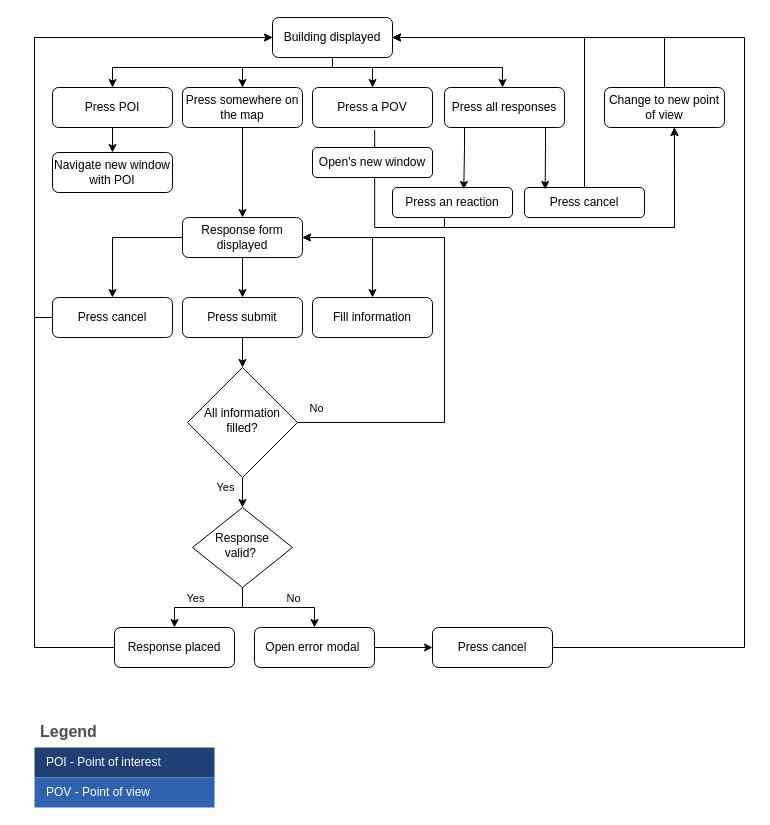
semnijenhuis/3D-ArcGisProject keeps this draw.io diagram as Concept/ActivityDiagram-enduser.drawio. Above is the earlier version. Source tidied: cells renumbered, new cells numbered last; positions are measured from the earlier drawing's top-left corner, leaving out a move shared by most shapes. Both pictures are drawn from the tidied source at 100%, with x=0, y=0 at pixel (34, 17).
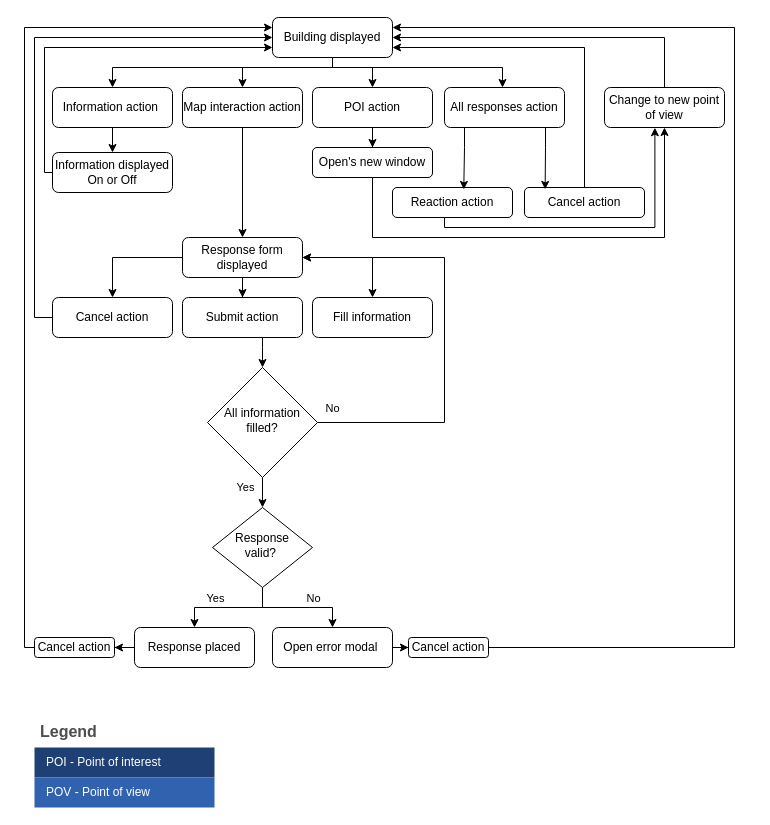
The same diagram, later.

Unchanged cells that the change refers to:
```xml
<mxCell id="37" value="Building displayed" style="rounded=1;whiteSpace=wrap;html=1;fontSize=12;glass=0;strokeWidth=1;shadow=0;" parent="1" vertex="1">
  <mxGeometry x="238" width="120" height="40" as="geometry" />
</mxCell>
<mxCell id="42" value="Change to new point of view" style="rounded=1;whiteSpace=wrap;html=1;fontSize=12;glass=0;strokeWidth=1;shadow=0;" parent="1" vertex="1">
  <mxGeometry x="570" y="70" width="120" height="40" as="geometry" />
</mxCell>
<mxCell id="53" value="Open's new window" style="rounded=1;whiteSpace=wrap;html=1;fontSize=12;glass=0;strokeWidth=1;shadow=0;" parent="1" vertex="1">
  <mxGeometry x="278" y="130" width="120" height="30" as="geometry" />
</mxCell>
```

Diff of the diagram source:
```diff
@@
-    <mxCell id="3" value="Press POI" style="rounded=1;whiteSpace=wrap;html=1;fontSize=12;glass=0;strokeWidth=1;shadow=0;" parent="1" vertex="1">
+    <mxCell id="3" value="Information action&amp;nbsp;" style="rounded=1;whiteSpace=wrap;html=1;fontSize=12;glass=0;strokeWidth=1;shadow=0;" parent="1" vertex="1">
       <mxGeometry x="18" y="70" width="120" height="40" as="geometry" />
     </mxCell>
-    <mxCell id="4" style="edgeStyle=orthogonalEdgeStyle;rounded=0;jettySize=auto;html=1;entryX=0;entryY=0.5;entryDx=0;entryDy=0;exitX=0;exitY=0.5;exitDx=0;exitDy=0;" parent="1" edge="1" source="5" target="37">
-      <mxGeometry relative="1" as="geometry">
-        <Array as="points">
-          <mxPoint y="630" />
-          <mxPoint y="20" />
-        </Array>
-      </mxGeometry>
-    </mxCell>
+    <mxCell id="54" style="edgeStyle=orthogonalEdgeStyle;rounded=0;jettySize=auto;html=1;entryX=1;entryY=0.5;entryDx=0;entryDy=0;" parent="1" edge="1" source="5" target="60">
+      <mxGeometry relative="1" as="geometry" />
+    </mxCell>
     <mxCell id="5" value="Response placed" style="rounded=1;whiteSpace=wrap;html=1;fontSize=12;glass=0;strokeWidth=1;shadow=0;" parent="1" vertex="1">
-      <mxGeometry x="80" y="610" width="120" height="40" as="geometry" />
+      <mxGeometry x="100" y="610" width="120" height="40" as="geometry" />
     </mxCell>
@@
     <mxCell id="10" value="Response valid?&amp;nbsp;" style="rhombus;whiteSpace=wrap;html=1;shadow=0;fontFamily=Helvetica;fontSize=12;align=center;strokeWidth=1;spacing=6;spacingTop=-4;" parent="1" vertex="1">
-      <mxGeometry x="158" y="490" width="100" height="80" as="geometry" />
+      <mxGeometry x="178" y="490" width="100" height="80" as="geometry" />
     </mxCell>
-    <mxCell id="11" style="edgeStyle=orthogonalEdgeStyle;rounded=0;jettySize=auto;html=1;" parent="1" edge="1" source="12" target="28">
-      <mxGeometry relative="1" as="geometry" />
-    </mxCell>
+    <mxCell id="55" style="edgeStyle=orthogonalEdgeStyle;rounded=0;jettySize=auto;html=1;entryX=0;entryY=0.5;entryDx=0;entryDy=0;" parent="1" edge="1" source="12" target="62">
+      <mxGeometry relative="1" as="geometry" />
+    </mxCell>
     <mxCell id="12" value="Open error modal&amp;nbsp;" style="rounded=1;whiteSpace=wrap;html=1;fontSize=12;glass=0;strokeWidth=1;shadow=0;" parent="1" vertex="1">
-      <mxGeometry x="220" y="610" width="120" height="40" as="geometry" />
+      <mxGeometry x="238" y="610" width="120" height="40" as="geometry" />
     </mxCell>
@@
     <mxCell id="16" value="Response form displayed" style="rounded=1;whiteSpace=wrap;html=1;fontSize=12;glass=0;strokeWidth=1;shadow=0;" parent="1" vertex="1">
-      <mxGeometry x="148" y="200" width="120" height="40" as="geometry" />
+      <mxGeometry x="148" y="220" width="120" height="40" as="geometry" />
     </mxCell>
@@
-    <mxCell id="18" value="Press cancel" style="rounded=1;whiteSpace=wrap;html=1;fontSize=12;glass=0;strokeWidth=1;shadow=0;" parent="1" vertex="1">
+    <mxCell id="18" value="Cancel action" style="rounded=1;whiteSpace=wrap;html=1;fontSize=12;glass=0;strokeWidth=1;shadow=0;" parent="1" vertex="1">
       <mxGeometry x="18" y="280" width="120" height="40" as="geometry" />
     </mxCell>
@@
     <mxCell id="20" style="edgeStyle=orthogonalEdgeStyle;rounded=0;jettySize=auto;html=1;entryX=0.5;entryY=0;entryDx=0;entryDy=0;" parent="1" edge="1" source="21" target="26">
-      <mxGeometry relative="1" as="geometry" />
+      <mxGeometry relative="1" as="geometry">
+        <Array as="points">
+          <mxPoint x="228" y="330" />
+          <mxPoint x="228" y="330" />
+        </Array>
+      </mxGeometry>
     </mxCell>
-    <mxCell id="21" value="Press submit" style="rounded=1;whiteSpace=wrap;html=1;fontSize=12;glass=0;strokeWidth=1;shadow=0;" parent="1" vertex="1">
+    <mxCell id="21" value="Submit action" style="rounded=1;whiteSpace=wrap;html=1;fontSize=12;glass=0;strokeWidth=1;shadow=0;" parent="1" vertex="1">
       <mxGeometry x="148" y="280" width="120" height="40" as="geometry" />
     </mxCell>
@@
     <mxCell id="24" style="edgeStyle=orthogonalEdgeStyle;rounded=0;jettySize=auto;html=1;entryX=1;entryY=0.5;entryDx=0;entryDy=0;exitX=1;exitY=0.5;exitDx=0;exitDy=0;" parent="1" edge="1" source="26" target="16">
       <mxGeometry relative="1" as="geometry">
         <Array as="points">
           <mxPoint x="410" y="405" />
-          <mxPoint x="410" y="220" />
+          <mxPoint x="410" y="240" />
         </Array>
       </mxGeometry>
     </mxCell>
@@
     <mxCell id="26" value="All information filled?" style="rhombus;whiteSpace=wrap;html=1;shadow=0;fontFamily=Helvetica;fontSize=12;align=center;strokeWidth=1;spacing=6;spacingTop=-4;" parent="1" vertex="1">
-      <mxGeometry x="153" y="350" width="110" height="110" as="geometry" />
+      <mxGeometry x="173" y="350" width="110" height="110" as="geometry" />
     </mxCell>
-    <mxCell id="27" style="edgeStyle=orthogonalEdgeStyle;rounded=0;jettySize=auto;html=1;entryX=1;entryY=0.5;entryDx=0;entryDy=0;" parent="1" edge="1" source="28" target="37">
-      <mxGeometry relative="1" as="geometry">
-        <Array as="points">
-          <mxPoint x="710" y="630" />
-          <mxPoint x="710" y="20" />
-        </Array>
-      </mxGeometry>
-    </mxCell>
-    <mxCell id="28" value="Press cancel" style="rounded=1;whiteSpace=wrap;html=1;fontSize=12;glass=0;strokeWidth=1;shadow=0;" parent="1" vertex="1">
-      <mxGeometry x="398" y="610" width="120" height="40" as="geometry" />
-    </mxCell>
@@
-    <mxCell id="30" value="Press somewhere on the map" style="rounded=1;whiteSpace=wrap;html=1;fontSize=12;glass=0;strokeWidth=1;shadow=0;" parent="1" vertex="1">
+    <mxCell id="30" value="Map interaction action" style="rounded=1;whiteSpace=wrap;html=1;fontSize=12;glass=0;strokeWidth=1;shadow=0;" parent="1" vertex="1">
       <mxGeometry x="148" y="70" width="120" height="40" as="geometry" />
     </mxCell>
-    <mxCell id="31" style="edgeStyle=orthogonalEdgeStyle;rounded=0;jettySize=auto;html=1;entryX=0.583;entryY=1;entryDx=0;entryDy=0;exitX=0.518;exitY=1.07;exitDx=0;exitDy=0;exitPerimeter=0;entryPerimeter=0;" parent="1" edge="1" source="32" target="42">
-      <mxGeometry relative="1" as="geometry">
-        <Array as="points">
-          <mxPoint x="340" y="210" />
-          <mxPoint x="640" y="210" />
-        </Array>
-      </mxGeometry>
-    </mxCell>
+    <mxCell id="56" style="edgeStyle=orthogonalEdgeStyle;rounded=0;jettySize=auto;html=1;entryX=0.5;entryY=0;entryDx=0;entryDy=0;" parent="1" edge="1" source="32" target="53">
+      <mxGeometry relative="1" as="geometry" />
+    </mxCell>
-    <mxCell id="32" value="Press a POV" style="rounded=1;whiteSpace=wrap;html=1;fontSize=12;glass=0;strokeWidth=1;shadow=0;" parent="1" vertex="1">
+    <mxCell id="32" value="POI action" style="rounded=1;whiteSpace=wrap;html=1;fontSize=12;glass=0;strokeWidth=1;shadow=0;" parent="1" vertex="1">
       <mxGeometry x="278" y="70" width="120" height="40" as="geometry" />
     </mxCell>
@@
-    <mxCell id="38" value="Press all responses" style="rounded=1;whiteSpace=wrap;html=1;fontSize=12;glass=0;strokeWidth=1;shadow=0;" parent="1" vertex="1">
+    <mxCell id="38" value="All responses action" style="rounded=1;whiteSpace=wrap;html=1;fontSize=12;glass=0;strokeWidth=1;shadow=0;" parent="1" vertex="1">
       <mxGeometry x="410" y="70" width="120" height="40" as="geometry" />
     </mxCell>
-    <mxCell id="39" style="edgeStyle=orthogonalEdgeStyle;rounded=0;orthogonalLoop=1;jettySize=auto;html=1;" parent="1" edge="1">
+    <mxCell id="39" style="edgeStyle=orthogonalEdgeStyle;rounded=0;jettySize=auto;html=1;entryX=0.42;entryY=1.005;entryDx=0;entryDy=0;entryPerimeter=0;" parent="1" edge="1" target="42">
       <mxGeometry relative="1" as="geometry">
         <mxPoint x="410" y="200" as="sourcePoint" />
-        <mxPoint x="640" y="110" as="targetPoint" />
         <Array as="points">
           <mxPoint x="410" y="210" />
-          <mxPoint x="640" y="210" />
+          <mxPoint x="620" y="210" />
+          <mxPoint x="620" y="110" />
         </Array>
       </mxGeometry>
     </mxCell>
-    <mxCell id="40" value="Press an reaction" style="rounded=1;whiteSpace=wrap;html=1;fontSize=12;glass=0;strokeWidth=1;shadow=0;" parent="1" vertex="1">
+    <mxCell id="40" value="Reaction action" style="rounded=1;whiteSpace=wrap;html=1;fontSize=12;glass=0;strokeWidth=1;shadow=0;" parent="1" vertex="1">
       <mxGeometry x="358" y="170" width="120" height="30" as="geometry" />
     </mxCell>
@@
+    <mxCell id="57" style="edgeStyle=orthogonalEdgeStyle;rounded=0;jettySize=auto;html=1;entryX=0;entryY=0.75;entryDx=0;entryDy=0;" parent="1" edge="1" source="43" target="37">
+      <mxGeometry relative="1" as="geometry">
+        <Array as="points">
+          <mxPoint x="10" y="155" />
+          <mxPoint x="10" y="30" />
+        </Array>
+      </mxGeometry>
+    </mxCell>
-    <mxCell id="43" value="Navigate new window with POI" style="rounded=1;whiteSpace=wrap;html=1;fontSize=12;glass=0;strokeWidth=1;shadow=0;" parent="1" vertex="1">
+    <mxCell id="43" value="Information displayed On or Off" style="rounded=1;whiteSpace=wrap;html=1;fontSize=12;glass=0;strokeWidth=1;shadow=0;" parent="1" vertex="1">
       <mxGeometry x="18" y="135" width="120" height="40" as="geometry" />
     </mxCell>
-    <mxCell id="44" style="edgeStyle=orthogonalEdgeStyle;rounded=0;jettySize=auto;html=1;entryX=1;entryY=0.5;entryDx=0;entryDy=0;" parent="1" edge="1" source="45" target="37">
+    <mxCell id="44" style="edgeStyle=orthogonalEdgeStyle;rounded=0;jettySize=auto;html=1;entryX=1;entryY=0.75;entryDx=0;entryDy=0;" parent="1" edge="1" source="45" target="37">
       <mxGeometry relative="1" as="geometry">
         <Array as="points">
-          <mxPoint x="550" y="20" />
+          <mxPoint x="550" y="30" />
         </Array>
       </mxGeometry>
     </mxCell>
-    <mxCell id="45" value="Press cancel" style="rounded=1;whiteSpace=wrap;html=1;fontSize=12;glass=0;strokeWidth=1;shadow=0;" parent="1" vertex="1">
+    <mxCell id="45" value="Cancel action" style="rounded=1;whiteSpace=wrap;html=1;fontSize=12;glass=0;strokeWidth=1;shadow=0;" parent="1" vertex="1">
       <mxGeometry x="490" y="170" width="120" height="30" as="geometry" />
     </mxCell>
@@
+    <mxCell id="58" style="edgeStyle=orthogonalEdgeStyle;rounded=0;jettySize=auto;html=1;entryX=0.5;entryY=1;entryDx=0;entryDy=0;" parent="1" edge="1" source="53" target="42">
+      <mxGeometry relative="1" as="geometry">
+        <Array as="points">
+          <mxPoint x="338" y="220" />
+          <mxPoint x="630" y="220" />
+        </Array>
+      </mxGeometry>
+    </mxCell>
@@
+    <mxCell id="59" style="edgeStyle=orthogonalEdgeStyle;rounded=0;jettySize=auto;html=1;entryX=0;entryY=0.25;entryDx=0;entryDy=0;" parent="1" edge="1" source="60" target="37">
+      <mxGeometry relative="1" as="geometry">
+        <Array as="points">
+          <mxPoint x="-10" y="630" />
+          <mxPoint x="-10" y="10" />
+        </Array>
+      </mxGeometry>
+    </mxCell>
+    <mxCell id="60" value="Cancel action" style="rounded=1;whiteSpace=wrap;html=1;fontSize=12;glass=0;strokeWidth=1;shadow=0;" parent="1" vertex="1">
+      <mxGeometry y="620" width="80" height="20" as="geometry" />
+    </mxCell>
+    <mxCell id="61" style="edgeStyle=orthogonalEdgeStyle;rounded=0;jettySize=auto;html=1;entryX=1;entryY=0.25;entryDx=0;entryDy=0;" parent="1" edge="1" source="62" target="37">
+      <mxGeometry relative="1" as="geometry">
+        <Array as="points">
+          <mxPoint x="700" y="630" />
+          <mxPoint x="700" y="10" />
+        </Array>
+      </mxGeometry>
+    </mxCell>
+    <mxCell id="62" value="Cancel action" style="rounded=1;whiteSpace=wrap;html=1;fontSize=12;glass=0;strokeWidth=1;shadow=0;" parent="1" vertex="1">
+      <mxGeometry x="374" y="620" width="80" height="20" as="geometry" />
+    </mxCell>
```
